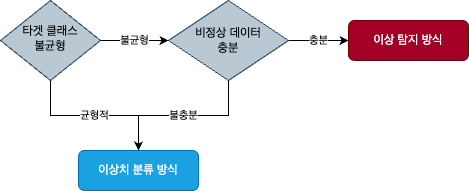
The draw.io diagram lecture05/lecture05_flowchart.png in dandacompany/kmu-practical-ds-2024, before a commit. Source tidied: cells renumbered, new cells last; positions are measured from the earlier drawing's top-left corner, leaving out a move shared by most shapes.
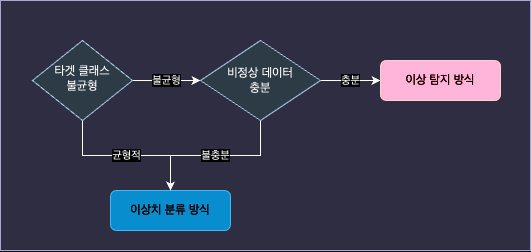
After the change.

Commit message:
lecture05_flowchart.png이 추가되었습니다.

Change to the diagram source:
```diff
@@ -2,6 +2,9 @@
   <root>
     <mxCell id="0" />
     <mxCell id="1" parent="0" />
+    <mxCell id="10" style="rounded=0;whiteSpace=wrap;html=1;fillColor=#d0cee2;strokeColor=#56517e;" parent="1" vertex="1">
+      <mxGeometry x="-32" y="-40" width="530" height="250" as="geometry" />
+    </mxCell>
     <mxCell id="2" value="균형적" style="edgeStyle=orthogonalEdgeStyle;rounded=0;jettySize=auto;html=1;" parent="1" edge="1" source="4" target="5">
       <mxGeometry relative="1" as="geometry" />
     </mxCell>
```
